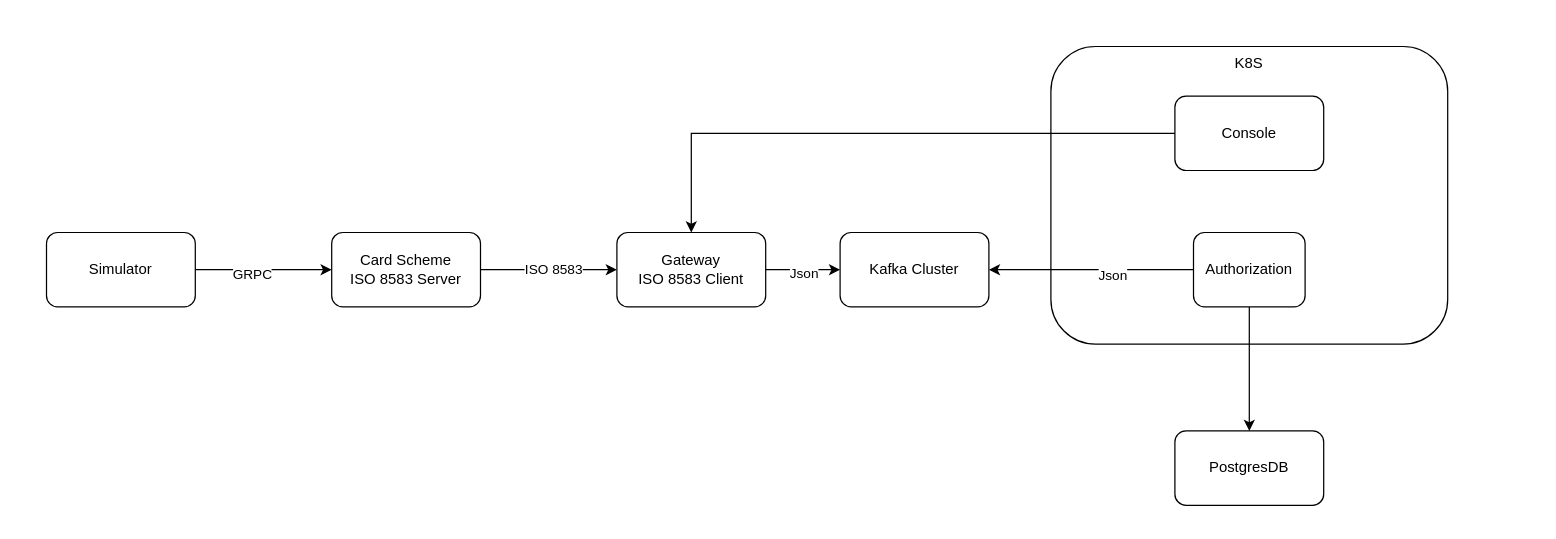
This is iso8583.drawio from hieunguyen810/iso8583-demo, a draw.io file, before an edit. Source tidied: cells renumbered, new cells numbered last; positions are measured from the earlier drawing's top-left corner, leaving out a move shared by most shapes. Both pictures are drawn from the tidied source at 124%, with x=0, y=0 at pixel (46, 46).
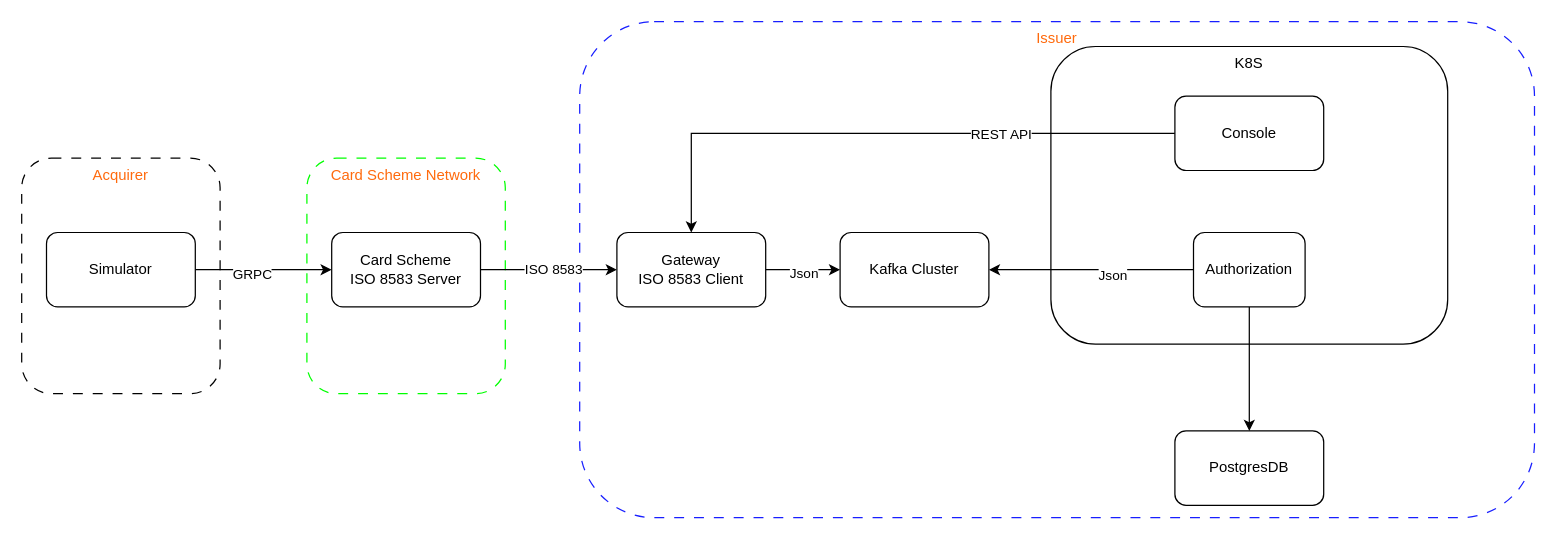
The same page after the edit.

Unchanged cells that the change refers to:
```xml
<mxCell id="8" style="edgeStyle=orthogonalEdgeStyle;rounded=0;jettySize=auto;html=1;entryX=0;entryY=0.5;entryDx=0;entryDy=0;" parent="1" edge="1" source="10" target="12">
  <mxGeometry relative="1" as="geometry" />
</mxCell>
<mxCell id="14" style="edgeStyle=orthogonalEdgeStyle;rounded=0;jettySize=auto;html=1;" parent="1" edge="1" source="16" target="12">
  <mxGeometry relative="1" as="geometry" />
</mxCell>
<mxCell id="18" style="edgeStyle=orthogonalEdgeStyle;rounded=0;jettySize=auto;html=1;entryX=0.5;entryY=0;entryDx=0;entryDy=0;" parent="1" edge="1" source="19" target="10">
  <mxGeometry relative="1" as="geometry" />
</mxCell>
```

Diff of the diagram source:
```diff
@@
+    <mxCell id="20" value="Acquirer" style="rounded=1;whiteSpace=wrap;html=1;verticalAlign=top;fontColor=#FF6A0D;dashed=1;dashPattern=8 8;" parent="1" vertex="1">
+      <mxGeometry x="-20" y="90" width="160" height="190" as="geometry" />
+    </mxCell>
+    <mxCell id="21" value="Card Scheme Network" style="rounded=1;whiteSpace=wrap;html=1;verticalAlign=top;fontColor=#FF6A0D;dashed=1;dashPattern=8 8;strokeColor=#00FF00;" parent="1" vertex="1">
+      <mxGeometry x="210" y="90" width="160" height="190" as="geometry" />
+    </mxCell>
+    <mxCell id="22" value="Issuer" style="rounded=1;whiteSpace=wrap;html=1;verticalAlign=top;fontColor=#FF6A0D;dashed=1;dashPattern=8 8;strokeColor=#181FFF;" parent="1" vertex="1">
+      <mxGeometry x="430" y="-20" width="770" height="400" as="geometry" />
+    </mxCell>
@@
-    <mxCell id="9" value="Json" style="edgeLabel;html=1;align=center;verticalAlign=middle;" parent="8" vertex="1">
-      <mxGeometry y="-2" relative="1" as="geometry" />
-    </mxCell>
+    <mxCell id="23" value="Json" style="edgeLabel;html=1;align=center;verticalAlign=middle;" parent="8" vertex="1">
+      <mxGeometry y="-2" relative="1" as="geometry" />
+    </mxCell>
@@
-    <mxCell id="15" value="Json" style="edgeLabel;html=1;align=center;verticalAlign=middle;" parent="14" vertex="1">
-      <mxGeometry x="-0.2" y="4" relative="1" as="geometry" />
-    </mxCell>
+    <mxCell id="24" value="Json" style="edgeLabel;html=1;align=center;verticalAlign=middle;" parent="14" vertex="1">
+      <mxGeometry x="-0.2" y="4" relative="1" as="geometry" />
+    </mxCell>
@@
+    <mxCell id="25" value="REST API" style="edgeLabel;html=1;align=center;verticalAlign=middle;" parent="18" vertex="1">
+      <mxGeometry x="-0.4" relative="1" as="geometry" />
+    </mxCell>
```
